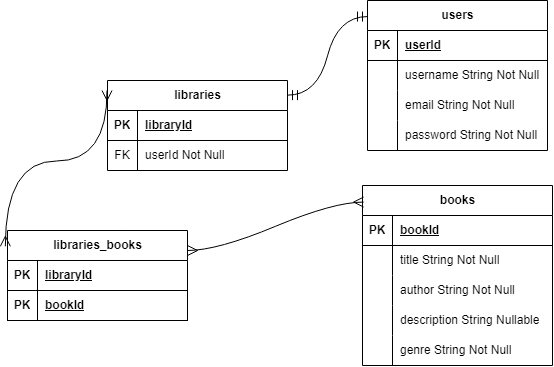
tuchanski/easylib keeps this draw.io diagram as entity_relationship_diagram/easylib.drawio.png. Above is the earlier version. Source tidied: cells renumbered, new cells last; positions are measured from the earlier drawing's top-left corner, leaving out a move shared by most shapes. Source of this version:
```xml
<mxGraphModel>
  <root>
    <mxCell id="0" />
    <mxCell id="1" parent="0" />
    <mxCell id="2" value="users" style="shape=table;startSize=30;rowLines=0;fontStyle=1;align=center;html=1;" parent="1" vertex="1">
      <mxGeometry x="360" width="180" height="150" as="geometry" />
    </mxCell>
    <mxCell id="3" style="shape=tableRow;horizontal=0;startSize=0;swimlaneHead=0;swimlaneBody=0;fillColor=none;top=0;left=0;right=0;bottom=1;" parent="2" vertex="1">
      <mxGeometry y="30" width="180" height="30" as="geometry" />
    </mxCell>
    <mxCell id="4" value="PK" style="shape=partialRectangle;fillColor=none;top=0;left=0;bottom=0;right=0;fontStyle=1;overflow=hidden;whiteSpace=wrap;html=1;" parent="3" vertex="1">
      <mxGeometry width="30" height="30" as="geometry" />
    </mxCell>
    <mxCell id="5" value="userId" style="shape=partialRectangle;fillColor=none;top=0;left=0;bottom=0;right=0;align=left;spacingLeft=6;fontStyle=5;overflow=hidden;whiteSpace=wrap;html=1;" parent="3" vertex="1">
      <mxGeometry x="30" width="150" height="30" as="geometry" />
    </mxCell>
    <mxCell id="6" style="shape=tableRow;horizontal=0;startSize=0;swimlaneHead=0;swimlaneBody=0;fillColor=none;top=0;left=0;right=0;bottom=0;" parent="2" vertex="1">
      <mxGeometry y="60" width="180" height="30" as="geometry" />
    </mxCell>
    <mxCell id="7" style="shape=partialRectangle;fillColor=none;top=0;left=0;bottom=0;right=0;overflow=hidden;whiteSpace=wrap;html=1;" parent="6" vertex="1">
      <mxGeometry width="30" height="30" as="geometry" />
    </mxCell>
    <mxCell id="8" value="username String Not Null" style="shape=partialRectangle;fillColor=none;top=0;left=0;bottom=0;right=0;align=left;spacingLeft=6;overflow=hidden;whiteSpace=wrap;html=1;" parent="6" vertex="1">
      <mxGeometry x="30" width="150" height="30" as="geometry" />
    </mxCell>
    <mxCell id="9" style="shape=tableRow;horizontal=0;startSize=0;swimlaneHead=0;swimlaneBody=0;fillColor=none;top=0;left=0;right=0;bottom=0;" parent="2" vertex="1">
      <mxGeometry y="90" width="180" height="30" as="geometry" />
    </mxCell>
    <mxCell id="10" style="shape=partialRectangle;fillColor=none;top=0;left=0;bottom=0;right=0;overflow=hidden;whiteSpace=wrap;html=1;" parent="9" vertex="1">
      <mxGeometry width="30" height="30" as="geometry" />
    </mxCell>
    <mxCell id="11" value="email String Not Null" style="shape=partialRectangle;fillColor=none;top=0;left=0;bottom=0;right=0;align=left;spacingLeft=6;overflow=hidden;whiteSpace=wrap;html=1;" parent="9" vertex="1">
      <mxGeometry x="30" width="150" height="30" as="geometry" />
    </mxCell>
    <mxCell id="12" style="shape=tableRow;horizontal=0;startSize=0;swimlaneHead=0;swimlaneBody=0;fillColor=none;top=0;left=0;right=0;bottom=0;" parent="2" vertex="1">
      <mxGeometry y="120" width="180" height="30" as="geometry" />
    </mxCell>
    <mxCell id="13" style="shape=partialRectangle;fillColor=none;top=0;left=0;bottom=0;right=0;overflow=hidden;whiteSpace=wrap;html=1;" parent="12" vertex="1">
      <mxGeometry width="30" height="30" as="geometry" />
    </mxCell>
    <mxCell id="14" value="password String Not Null" style="shape=partialRectangle;fillColor=none;top=0;left=0;bottom=0;right=0;align=left;spacingLeft=6;overflow=hidden;whiteSpace=wrap;html=1;" parent="12" vertex="1">
      <mxGeometry x="30" width="150" height="30" as="geometry" />
    </mxCell>
    <mxCell id="15" value="libraries" style="shape=table;startSize=30;rowLines=0;fontStyle=1;align=center;html=1;" parent="1" vertex="1">
      <mxGeometry x="100" y="80" width="180" height="90" as="geometry" />
    </mxCell>
    <mxCell id="16" style="shape=tableRow;horizontal=0;startSize=0;swimlaneHead=0;swimlaneBody=0;fillColor=none;top=0;left=0;right=0;bottom=1;" parent="15" vertex="1">
      <mxGeometry y="30" width="180" height="30" as="geometry" />
    </mxCell>
    <mxCell id="17" value="PK" style="shape=partialRectangle;fillColor=none;top=0;left=0;bottom=0;right=0;fontStyle=1;overflow=hidden;whiteSpace=wrap;html=1;" parent="16" vertex="1">
      <mxGeometry width="30" height="30" as="geometry" />
    </mxCell>
    <mxCell id="18" value="libraryId" style="shape=partialRectangle;fillColor=none;top=0;left=0;bottom=0;right=0;align=left;spacingLeft=6;fontStyle=5;overflow=hidden;whiteSpace=wrap;html=1;" parent="16" vertex="1">
      <mxGeometry x="30" width="150" height="30" as="geometry" />
    </mxCell>
    <mxCell id="19" style="shape=tableRow;horizontal=0;startSize=0;swimlaneHead=0;swimlaneBody=0;fillColor=none;top=0;left=0;right=0;bottom=0;" parent="15" vertex="1">
      <mxGeometry y="60" width="180" height="30" as="geometry" />
    </mxCell>
    <mxCell id="20" value="FK" style="shape=partialRectangle;fillColor=none;top=0;left=0;bottom=0;right=0;overflow=hidden;whiteSpace=wrap;html=1;" parent="19" vertex="1">
      <mxGeometry width="30" height="30" as="geometry" />
    </mxCell>
    <mxCell id="21" value="userId Not Null" style="shape=partialRectangle;fillColor=none;top=0;left=0;bottom=0;right=0;align=left;spacingLeft=6;overflow=hidden;whiteSpace=wrap;html=1;" parent="19" vertex="1">
      <mxGeometry x="30" width="150" height="30" as="geometry" />
    </mxCell>
    <mxCell id="22" value="books" style="shape=table;startSize=30;rowLines=0;fontStyle=1;align=center;html=1;" parent="1" vertex="1">
      <mxGeometry x="355" y="185" width="190" height="180" as="geometry" />
    </mxCell>
    <mxCell id="23" style="shape=tableRow;horizontal=0;startSize=0;swimlaneHead=0;swimlaneBody=0;fillColor=none;top=0;left=0;right=0;bottom=1;" parent="22" vertex="1">
      <mxGeometry y="30" width="190" height="30" as="geometry" />
    </mxCell>
    <mxCell id="24" value="PK" style="shape=partialRectangle;fillColor=none;top=0;left=0;bottom=0;right=0;fontStyle=1;overflow=hidden;whiteSpace=wrap;html=1;" parent="23" vertex="1">
      <mxGeometry width="30" height="30" as="geometry" />
    </mxCell>
    <mxCell id="25" value="bookId" style="shape=partialRectangle;fillColor=none;top=0;left=0;bottom=0;right=0;align=left;spacingLeft=6;fontStyle=5;overflow=hidden;whiteSpace=wrap;html=1;" parent="23" vertex="1">
      <mxGeometry x="30" width="160" height="30" as="geometry" />
    </mxCell>
    <mxCell id="26" style="shape=tableRow;horizontal=0;startSize=0;swimlaneHead=0;swimlaneBody=0;fillColor=none;top=0;left=0;right=0;bottom=0;" parent="22" vertex="1">
      <mxGeometry y="60" width="190" height="30" as="geometry" />
    </mxCell>
    <mxCell id="27" style="shape=partialRectangle;fillColor=none;top=0;left=0;bottom=0;right=0;overflow=hidden;whiteSpace=wrap;html=1;" parent="26" vertex="1">
      <mxGeometry width="30" height="30" as="geometry" />
    </mxCell>
    <mxCell id="28" value="title String Not Null" style="shape=partialRectangle;fillColor=none;top=0;left=0;bottom=0;right=0;align=left;spacingLeft=6;overflow=hidden;whiteSpace=wrap;html=1;" parent="26" vertex="1">
      <mxGeometry x="30" width="160" height="30" as="geometry" />
    </mxCell>
    <mxCell id="29" style="shape=tableRow;horizontal=0;startSize=0;swimlaneHead=0;swimlaneBody=0;fillColor=none;top=0;left=0;right=0;bottom=0;" parent="22" vertex="1">
      <mxGeometry y="90" width="190" height="30" as="geometry" />
    </mxCell>
    <mxCell id="30" style="shape=partialRectangle;fillColor=none;top=0;left=0;bottom=0;right=0;overflow=hidden;whiteSpace=wrap;html=1;" parent="29" vertex="1">
      <mxGeometry width="30" height="30" as="geometry" />
    </mxCell>
    <mxCell id="31" value="author String Not Null" style="shape=partialRectangle;fillColor=none;top=0;left=0;bottom=0;right=0;align=left;spacingLeft=6;overflow=hidden;whiteSpace=wrap;html=1;" parent="29" vertex="1">
      <mxGeometry x="30" width="160" height="30" as="geometry" />
    </mxCell>
    <mxCell id="32" style="shape=tableRow;horizontal=0;startSize=0;swimlaneHead=0;swimlaneBody=0;fillColor=none;top=0;left=0;right=0;bottom=0;" parent="22" vertex="1">
      <mxGeometry y="120" width="190" height="30" as="geometry" />
    </mxCell>
    <mxCell id="33" style="shape=partialRectangle;fillColor=none;top=0;left=0;bottom=0;right=0;overflow=hidden;whiteSpace=wrap;html=1;" parent="32" vertex="1">
      <mxGeometry width="30" height="30" as="geometry" />
    </mxCell>
    <mxCell id="34" value="description String Nullable" style="shape=partialRectangle;fillColor=none;top=0;left=0;bottom=0;right=0;align=left;spacingLeft=6;overflow=hidden;whiteSpace=wrap;html=1;" parent="32" vertex="1">
      <mxGeometry x="30" width="160" height="30" as="geometry" />
    </mxCell>
    <mxCell id="35" style="shape=tableRow;horizontal=0;startSize=0;swimlaneHead=0;swimlaneBody=0;fillColor=none;top=0;left=0;right=0;bottom=0;" parent="22" vertex="1">
      <mxGeometry y="150" width="190" height="30" as="geometry" />
    </mxCell>
    <mxCell id="36" style="shape=partialRectangle;fillColor=none;top=0;left=0;bottom=0;right=0;overflow=hidden;whiteSpace=wrap;html=1;" parent="35" vertex="1">
      <mxGeometry width="30" height="30" as="geometry" />
    </mxCell>
    <mxCell id="37" value="genre String Not Null" style="shape=partialRectangle;fillColor=none;top=0;left=0;bottom=0;right=0;align=left;spacingLeft=6;overflow=hidden;whiteSpace=wrap;html=1;" parent="35" vertex="1">
      <mxGeometry x="30" width="160" height="30" as="geometry" />
    </mxCell>
    <mxCell id="38" value="libraries_books" style="shape=table;startSize=30;rowLines=0;fontStyle=1;align=center;html=1;" parent="1" vertex="1">
      <mxGeometry y="230" width="180" height="90" as="geometry" />
    </mxCell>
    <mxCell id="39" style="shape=tableRow;horizontal=0;startSize=0;swimlaneHead=0;swimlaneBody=0;fillColor=none;top=0;left=0;right=0;bottom=1;" parent="38" vertex="1">
      <mxGeometry y="30" width="180" height="30" as="geometry" />
    </mxCell>
    <mxCell id="40" value="PK" style="shape=partialRectangle;fillColor=none;top=0;left=0;bottom=0;right=0;fontStyle=1;overflow=hidden;whiteSpace=wrap;html=1;" parent="39" vertex="1">
      <mxGeometry width="30" height="30" as="geometry" />
    </mxCell>
    <mxCell id="41" value="libraryId" style="shape=partialRectangle;fillColor=none;top=0;left=0;bottom=0;right=0;align=left;spacingLeft=6;fontStyle=5;overflow=hidden;whiteSpace=wrap;html=1;" parent="39" vertex="1">
      <mxGeometry x="30" width="150" height="30" as="geometry" />
    </mxCell>
    <mxCell id="42" style="shape=tableRow;horizontal=0;startSize=0;swimlaneHead=0;swimlaneBody=0;fillColor=none;top=0;left=0;right=0;bottom=1;" parent="38" vertex="1">
      <mxGeometry y="60" width="180" height="30" as="geometry" />
    </mxCell>
    <mxCell id="43" value="PK" style="shape=partialRectangle;fillColor=none;top=0;left=0;bottom=0;right=0;fontStyle=1;overflow=hidden;whiteSpace=wrap;html=1;" parent="42" vertex="1">
      <mxGeometry width="30" height="30" as="geometry" />
    </mxCell>
    <mxCell id="44" value="bookId" style="shape=partialRectangle;fillColor=none;top=0;left=0;bottom=0;right=0;align=left;spacingLeft=6;fontStyle=5;overflow=hidden;whiteSpace=wrap;html=1;" parent="42" vertex="1">
      <mxGeometry x="30" width="150" height="30" as="geometry" />
    </mxCell>
    <mxCell id="45" style="edgeStyle=entityRelationEdgeStyle;fontSize=12;html=1;endArrow=ERmandOne;startArrow=ERmandOne;rounded=0;startSize=8;endSize=8;curved=1;entryX=-0.009;entryY=0.107;entryDx=0;entryDy=0;entryPerimeter=0;exitX=1;exitY=0.163;exitDx=0;exitDy=0;exitPerimeter=0;" parent="1" edge="1" source="15">
      <mxGeometry relative="1" as="geometry">
        <mxPoint x="360" y="16.1" as="targetPoint" />
      </mxGeometry>
    </mxCell>
    <mxCell id="46" style="fontSize=12;html=1;endArrow=ERmany;startArrow=ERmany;rounded=0;startSize=8;endSize=8;edgeStyle=orthogonalEdgeStyle;exitX=-0.012;exitY=0.176;exitDx=0;exitDy=0;exitPerimeter=0;curved=1;" parent="1" edge="1" source="38">
      <mxGeometry relative="1" as="geometry">
        <mxPoint x="99.5" y="90" as="targetPoint" />
      </mxGeometry>
    </mxCell>
    <mxCell id="47" style="edgeStyle=entityRelationEdgeStyle;fontSize=12;html=1;endArrow=ERmany;startArrow=ERmany;rounded=0;startSize=8;endSize=8;curved=1;entryX=0.006;entryY=0.092;entryDx=0;entryDy=0;entryPerimeter=0;" parent="1" edge="1" target="22">
      <mxGeometry relative="1" as="geometry">
        <mxPoint x="180" y="250" as="sourcePoint" />
      </mxGeometry>
    </mxCell>
  </root>
</mxGraphModel>
```
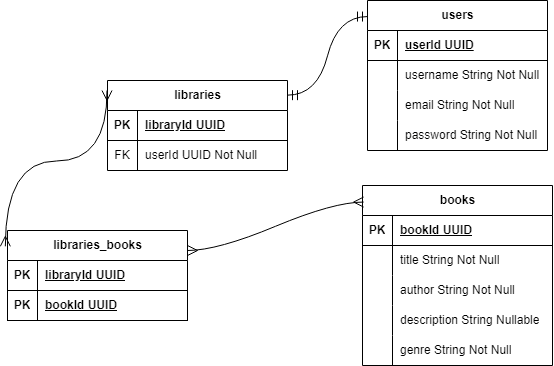
The same file after the commit.

Commit message:
Fix id columns on entity relationship diagram

What changed in the source:
```diff
@@ -11,7 +11,7 @@
     <mxCell id="4" value="PK" style="shape=partialRectangle;fillColor=none;top=0;left=0;bottom=0;right=0;fontStyle=1;overflow=hidden;whiteSpace=wrap;html=1;" parent="3" vertex="1">
       <mxGeometry width="30" height="30" as="geometry" />
     </mxCell>
-    <mxCell id="5" value="userId" style="shape=partialRectangle;fillColor=none;top=0;left=0;bottom=0;right=0;align=left;spacingLeft=6;fontStyle=5;overflow=hidden;whiteSpace=wrap;html=1;" parent="3" vertex="1">
+    <mxCell id="5" value="userId UUID" style="shape=partialRectangle;fillColor=none;top=0;left=0;bottom=0;right=0;align=left;spacingLeft=6;fontStyle=5;overflow=hidden;whiteSpace=wrap;html=1;" parent="3" vertex="1">
       <mxGeometry x="30" width="150" height="30" as="geometry" />
     </mxCell>
     <mxCell id="6" style="shape=tableRow;horizontal=0;startSize=0;swimlaneHead=0;swimlaneBody=0;fillColor=none;top=0;left=0;right=0;bottom=0;" parent="2" vertex="1">
@@ -50,7 +50,7 @@
     <mxCell id="17" value="PK" style="shape=partialRectangle;fillColor=none;top=0;left=0;bottom=0;right=0;fontStyle=1;overflow=hidden;whiteSpace=wrap;html=1;" parent="16" vertex="1">
       <mxGeometry width="30" height="30" as="geometry" />
     </mxCell>
-    <mxCell id="18" value="libraryId" style="shape=partialRectangle;fillColor=none;top=0;left=0;bottom=0;right=0;align=left;spacingLeft=6;fontStyle=5;overflow=hidden;whiteSpace=wrap;html=1;" parent="16" vertex="1">
+    <mxCell id="18" value="libraryId UUID" style="shape=partialRectangle;fillColor=none;top=0;left=0;bottom=0;right=0;align=left;spacingLeft=6;fontStyle=5;overflow=hidden;whiteSpace=wrap;html=1;" parent="16" vertex="1">
       <mxGeometry x="30" width="150" height="30" as="geometry" />
     </mxCell>
     <mxCell id="19" style="shape=tableRow;horizontal=0;startSize=0;swimlaneHead=0;swimlaneBody=0;fillColor=none;top=0;left=0;right=0;bottom=0;" parent="15" vertex="1">
@@ -59,7 +59,7 @@
     <mxCell id="20" value="FK" style="shape=partialRectangle;fillColor=none;top=0;left=0;bottom=0;right=0;overflow=hidden;whiteSpace=wrap;html=1;" parent="19" vertex="1">
       <mxGeometry width="30" height="30" as="geometry" />
     </mxCell>
-    <mxCell id="21" value="userId Not Null" style="shape=partialRectangle;fillColor=none;top=0;left=0;bottom=0;right=0;align=left;spacingLeft=6;overflow=hidden;whiteSpace=wrap;html=1;" parent="19" vertex="1">
+    <mxCell id="21" value="userId UUID Not Null" style="shape=partialRectangle;fillColor=none;top=0;left=0;bottom=0;right=0;align=left;spacingLeft=6;overflow=hidden;whiteSpace=wrap;html=1;" parent="19" vertex="1">
       <mxGeometry x="30" width="150" height="30" as="geometry" />
     </mxCell>
     <mxCell id="22" value="books" style="shape=table;startSize=30;rowLines=0;fontStyle=1;align=center;html=1;" parent="1" vertex="1">
@@ -71,7 +71,7 @@
     <mxCell id="24" value="PK" style="shape=partialRectangle;fillColor=none;top=0;left=0;bottom=0;right=0;fontStyle=1;overflow=hidden;whiteSpace=wrap;html=1;" parent="23" vertex="1">
       <mxGeometry width="30" height="30" as="geometry" />
     </mxCell>
-    <mxCell id="25" value="bookId" style="shape=partialRectangle;fillColor=none;top=0;left=0;bottom=0;right=0;align=left;spacingLeft=6;fontStyle=5;overflow=hidden;whiteSpace=wrap;html=1;" parent="23" vertex="1">
+    <mxCell id="25" value="bookId UUID" style="shape=partialRectangle;fillColor=none;top=0;left=0;bottom=0;right=0;align=left;spacingLeft=6;fontStyle=5;overflow=hidden;whiteSpace=wrap;html=1;" parent="23" vertex="1">
       <mxGeometry x="30" width="160" height="30" as="geometry" />
     </mxCell>
     <mxCell id="26" style="shape=tableRow;horizontal=0;startSize=0;swimlaneHead=0;swimlaneBody=0;fillColor=none;top=0;left=0;right=0;bottom=0;" parent="22" vertex="1">
@@ -119,7 +119,7 @@
     <mxCell id="40" value="PK" style="shape=partialRectangle;fillColor=none;top=0;left=0;bottom=0;right=0;fontStyle=1;overflow=hidden;whiteSpace=wrap;html=1;" parent="39" vertex="1">
       <mxGeometry width="30" height="30" as="geometry" />
     </mxCell>
-    <mxCell id="41" value="libraryId" style="shape=partialRectangle;fillColor=none;top=0;left=0;bottom=0;right=0;align=left;spacingLeft=6;fontStyle=5;overflow=hidden;whiteSpace=wrap;html=1;" parent="39" vertex="1">
+    <mxCell id="41" value="libraryId UUID" style="shape=partialRectangle;fillColor=none;top=0;left=0;bottom=0;right=0;align=left;spacingLeft=6;fontStyle=5;overflow=hidden;whiteSpace=wrap;html=1;" parent="39" vertex="1">
       <mxGeometry x="30" width="150" height="30" as="geometry" />
     </mxCell>
     <mxCell id="42" style="shape=tableRow;horizontal=0;startSize=0;swimlaneHead=0;swimlaneBody=0;fillColor=none;top=0;left=0;right=0;bottom=1;" parent="38" vertex="1">
@@ -128,7 +128,7 @@
     <mxCell id="43" value="PK" style="shape=partialRectangle;fillColor=none;top=0;left=0;bottom=0;right=0;fontStyle=1;overflow=hidden;whiteSpace=wrap;html=1;" parent="42" vertex="1">
       <mxGeometry width="30" height="30" as="geometry" />
     </mxCell>
-    <mxCell id="44" value="bookId" style="shape=partialRectangle;fillColor=none;top=0;left=0;bottom=0;right=0;align=left;spacingLeft=6;fontStyle=5;overflow=hidden;whiteSpace=wrap;html=1;" parent="42" vertex="1">
+    <mxCell id="44" value="bookId UUID" style="shape=partialRectangle;fillColor=none;top=0;left=0;bottom=0;right=0;align=left;spacingLeft=6;fontStyle=5;overflow=hidden;whiteSpace=wrap;html=1;" parent="42" vertex="1">
       <mxGeometry x="30" width="150" height="30" as="geometry" />
     </mxCell>
     <mxCell id="45" style="edgeStyle=entityRelationEdgeStyle;fontSize=12;html=1;endArrow=ERmandOne;startArrow=ERmandOne;rounded=0;startSize=8;endSize=8;curved=1;entryX=-0.009;entryY=0.107;entryDx=0;entryDy=0;entryPerimeter=0;exitX=1;exitY=0.163;exitDx=0;exitDy=0;exitPerimeter=0;" parent="1" edge="1" source="15">
```
